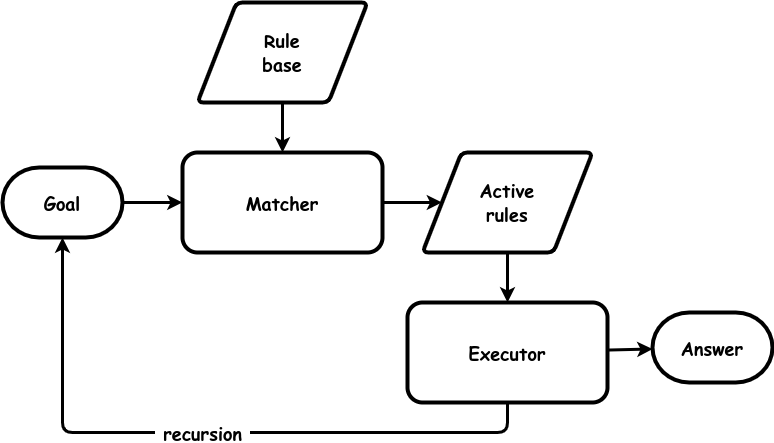
Above: images/rule-based.drawio.png in garfix/architectural-patterns (draw.io), before the change. Source tidied: cells renumbered, new cells last; positions are measured from the earlier drawing's top-left corner, leaving out a move shared by most shapes.
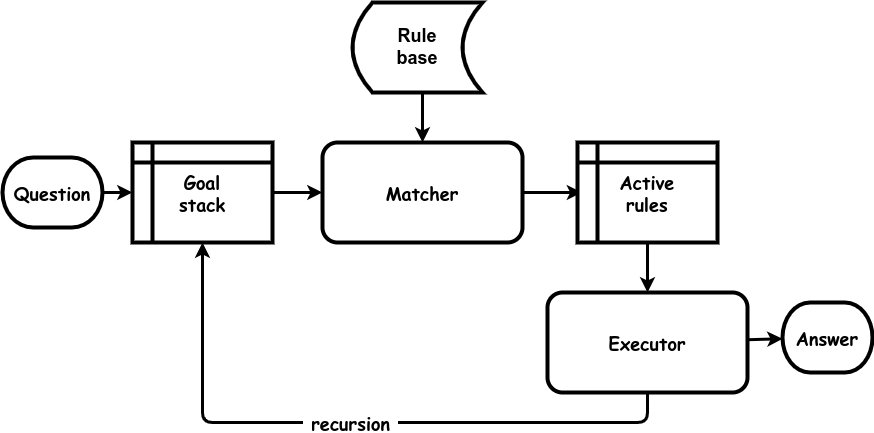
Above is the later version.

The edit, as a diff of the source:
```diff
@@ -5,37 +5,36 @@
     <mxCell id="2" value="&lt;b style=&quot;font-size: 18px;&quot;&gt;Matcher&lt;br&gt;&lt;/b&gt;" style="rounded=1;whiteSpace=wrap;html=1;strokeWidth=4;fontFamily=Comic Sans MS;fontSize=18;" parent="1" vertex="1">
       <mxGeometry x="180" y="150" width="200" height="100" as="geometry" />
     </mxCell>
-    <mxCell id="3" style="endArrow=none;startArrow=classic;html=1;rounded=0;strokeWidth=3;endFill=0;" parent="1" edge="1" source="2" target="5">
-      <mxGeometry relative="1" as="geometry" />
+    <mxCell id="3" style="endArrow=none;startArrow=classic;html=1;rounded=0;strokeWidth=3;endFill=0;" parent="1" edge="1" source="2">
+      <mxGeometry relative="1" as="geometry">
+        <mxPoint x="280" y="100" as="targetPoint" />
+      </mxGeometry>
     </mxCell>
-    <mxCell id="4" style="endArrow=none;startArrow=classic;html=1;rounded=0;strokeWidth=3;endFill=0;" parent="1" edge="1" source="2" target="12">
-      <mxGeometry relative="1" as="geometry" />
+    <mxCell id="4" style="endArrow=none;startArrow=classic;html=1;rounded=0;strokeWidth=3;endFill=0;" parent="1" edge="1" source="2">
+      <mxGeometry relative="1" as="geometry">
+        <mxPoint x="120" y="200" as="targetPoint" />
+      </mxGeometry>
     </mxCell>
-    <mxCell id="5" value="&lt;font face=&quot;Comic Sans MS&quot; style=&quot;font-size: 18px;&quot;&gt;Rule&lt;br&gt;base&lt;br&gt;&lt;/font&gt;" style="shape=parallelogram;html=1;strokeWidth=4;perimeter=parallelogramPerimeter;whiteSpace=wrap;rounded=1;arcSize=12;size=0.23;fontStyle=1;fontSize=18;" parent="1" vertex="1">
-      <mxGeometry x="195" width="170" height="100" as="geometry" />
-    </mxCell>
-    <mxCell id="6" style="endArrow=none;startArrow=classic;html=1;rounded=0;strokeWidth=3;endFill=0;" parent="1" edge="1" source="9" target="2">
-      <mxGeometry relative="1" as="geometry" />
+    <mxCell id="6" style="endArrow=none;startArrow=classic;html=1;rounded=0;strokeWidth=3;endFill=0;" parent="1" edge="1" target="2">
+      <mxGeometry relative="1" as="geometry">
+        <mxPoint x="439.6" y="200" as="sourcePoint" />
+      </mxGeometry>
     </mxCell>
     <mxCell id="7" value="Answer" style="strokeWidth=4;html=1;shape=mxgraph.flowchart.terminator;whiteSpace=wrap;fontFamily=Comic Sans MS;fontSize=18;fontStyle=1;" parent="1" vertex="1">
-      <mxGeometry x="650" y="310" width="120" height="70" as="geometry" />
+      <mxGeometry x="640" y="310" width="90" height="70" as="geometry" />
     </mxCell>
     <mxCell id="8" style="endArrow=none;startArrow=classic;html=1;rounded=0;strokeWidth=3;endFill=0;" parent="1" edge="1" source="7" target="10">
       <mxGeometry relative="1" as="geometry" />
     </mxCell>
-    <mxCell id="9" value="&lt;font face=&quot;Comic Sans MS&quot; style=&quot;font-size: 18px;&quot;&gt;Active&lt;br&gt;rules&lt;br&gt;&lt;/font&gt;" style="shape=parallelogram;html=1;strokeWidth=4;perimeter=parallelogramPerimeter;whiteSpace=wrap;rounded=1;arcSize=12;size=0.23;fontStyle=1;fontSize=18;" parent="1" vertex="1">
-      <mxGeometry x="420" y="150" width="170" height="100" as="geometry" />
-    </mxCell>
     <mxCell id="10" value="&lt;b style=&quot;font-size: 18px;&quot;&gt;Executor&lt;br&gt;&lt;/b&gt;" style="rounded=1;whiteSpace=wrap;html=1;strokeWidth=4;fontFamily=Comic Sans MS;fontSize=18;" parent="1" vertex="1">
       <mxGeometry x="405" y="300" width="200" height="100" as="geometry" />
     </mxCell>
-    <mxCell id="11" style="endArrow=none;startArrow=classic;html=1;rounded=0;strokeWidth=3;endFill=0;" parent="1" edge="1" source="10" target="9">
-      <mxGeometry relative="1" as="geometry" />
+    <mxCell id="11" style="endArrow=none;startArrow=classic;html=1;rounded=0;strokeWidth=3;endFill=0;" parent="1" edge="1" source="10">
+      <mxGeometry relative="1" as="geometry">
+        <mxPoint x="505" y="250" as="targetPoint" />
+      </mxGeometry>
     </mxCell>
-    <mxCell id="12" value="Goal" style="strokeWidth=4;html=1;shape=mxgraph.flowchart.terminator;whiteSpace=wrap;fontFamily=Comic Sans MS;fontSize=18;fontStyle=1;" parent="1" vertex="1">
-      <mxGeometry y="165" width="120" height="70" as="geometry" />
-    </mxCell>
-    <mxCell id="13" value="&amp;nbsp;recursion&amp;nbsp;" style="endArrow=none;startArrow=classic;html=1;rounded=1;strokeWidth=3;endFill=0;fontSize=18;fontStyle=1;fontFamily=Comic Sans MS;" parent="1" edge="1" source="12" target="10">
+    <mxCell id="13" value="&amp;nbsp;recursion&amp;nbsp;" style="endArrow=none;startArrow=classic;html=1;rounded=1;strokeWidth=3;endFill=0;fontSize=18;fontStyle=1;fontFamily=Comic Sans MS;" parent="1" edge="1" source="14" target="10">
       <mxGeometry relative="1" as="geometry">
         <Array as="points">
           <mxPoint x="60" y="430" />
@@ -43,5 +42,20 @@
         </Array>
       </mxGeometry>
     </mxCell>
+    <mxCell id="5" value="&lt;span style=&quot;font-size: 18px;&quot;&gt;&lt;b&gt;Rule&lt;br&gt;base&lt;/b&gt;&lt;/span&gt;" style="shape=dataStorage;whiteSpace=wrap;html=1;fixedSize=1;strokeWidth=4;" parent="1" vertex="1">
+      <mxGeometry x="210" y="10" width="130" height="90" as="geometry" />
+    </mxCell>
+    <mxCell id="9" value="Active&lt;br&gt;rules" style="shape=internalStorage;whiteSpace=wrap;html=1;backgroundOutline=1;strokeWidth=4;fontSize=18;fontFamily=Comic Sans MS;fontStyle=1;" parent="1" vertex="1">
+      <mxGeometry x="435" y="150" width="140" height="100" as="geometry" />
+    </mxCell>
+    <mxCell id="14" value="Goal&lt;br&gt;stack" style="shape=internalStorage;whiteSpace=wrap;html=1;backgroundOutline=1;strokeWidth=4;fontSize=18;fontFamily=Comic Sans MS;fontStyle=1;" parent="1" vertex="1">
+      <mxGeometry x="-10" y="150" width="140" height="100" as="geometry" />
+    </mxCell>
+    <mxCell id="15" value="Question" style="strokeWidth=4;html=1;shape=mxgraph.flowchart.terminator;whiteSpace=wrap;fontFamily=Comic Sans MS;fontSize=18;fontStyle=1;" parent="1" vertex="1">
+      <mxGeometry x="-140" y="165" width="100" height="70" as="geometry" />
+    </mxCell>
+    <mxCell id="16" style="endArrow=none;startArrow=classic;html=1;rounded=0;strokeWidth=3;endFill=0;" parent="1" edge="1" source="14" target="15">
+      <mxGeometry relative="1" as="geometry" />
+    </mxCell>
   </root>
 </mxGraphModel>
```
